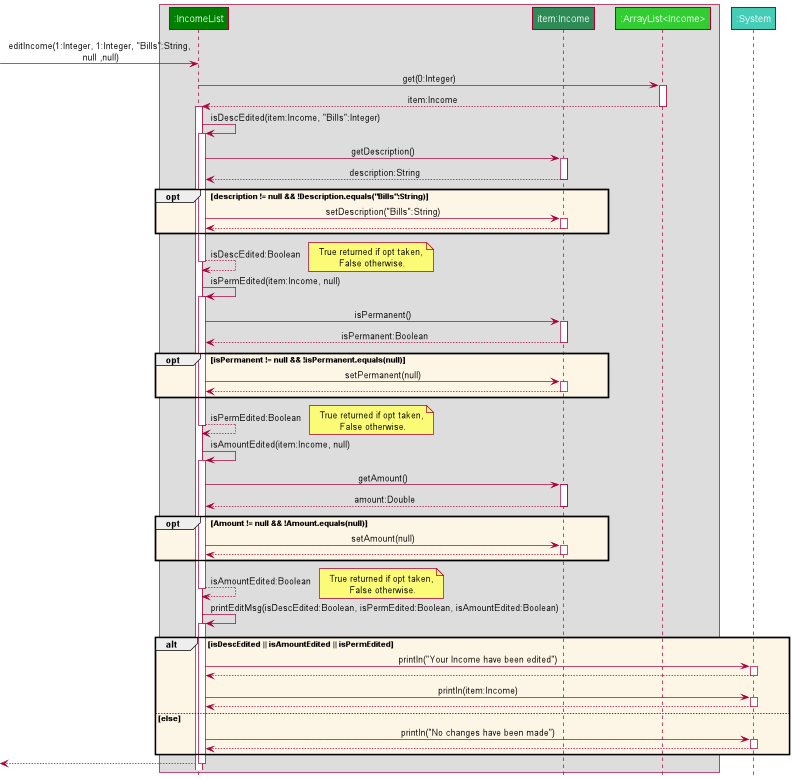
nus-cs2113-AY2122S2/tp keeps this PlantUML diagram as docs/images/EditIncomeSequence.png. Above is the earlier version.
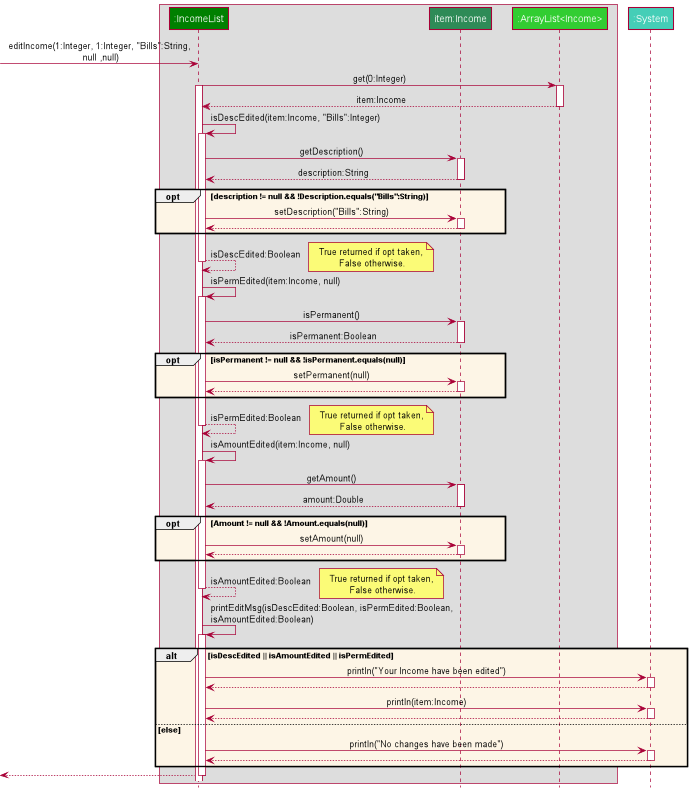
The same diagram one commit later.

Change to the diagram source:
```diff
@@ -11,10 +11,10 @@
 
 [-> Ilist: editIncome(1:Integer, 1:Integer, "Bills":String,\n null ,null)
 Ilist -> Alist: get(0:Integer)
+activate Ilist
 activate Alist
 Alist --> Ilist : item:Income
 deactivate Alist
-activate Ilist
 Ilist -> Ilist: isDescEdited(item:Income, "Bills":Integer)
 activate Ilist
 Ilist -> Inc: getDescription()
@@ -72,7 +72,7 @@
 deactivate Ilist
 deactivate Alist
 
-Ilist -> Ilist: printEditMsg(isDescEdited:Boolean, isPermEdited:Boolean, isAmountEdited:Boolean)
+Ilist -> Ilist: printEditMsg(isDescEdited:Boolean, isPermEdited:Boolean, \nisAmountEdited:Boolean)
 activate Ilist
 alt OPT_COLOR isDescEdited || isAmountEdited || isPermEdited
     Ilist -> System:println("Your Income have been edited")
```
